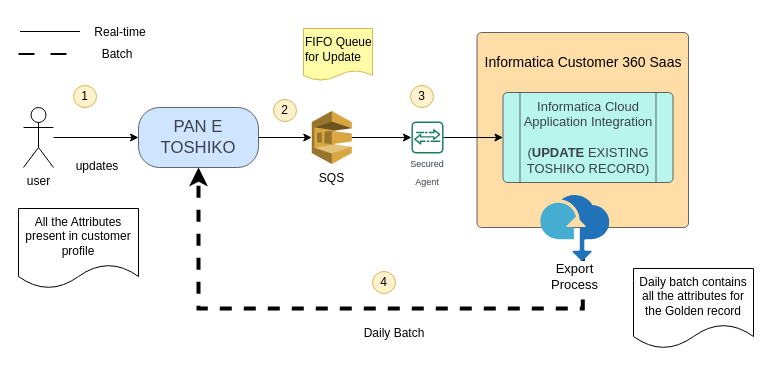
The draw.io diagram page "TOSHIKO - Update" (6 of 13) of TME-Misc_Design.drawio in biswarup81/drawings, before the edit. Source tidied: cells renumbered, new cells numbered last; positions are measured from the earlier drawing's top-left corner, leaving out a move shared by most shapes. Both pictures are drawn from the tidied source at 100%, with x=0, y=0 at pixel (18, 17).
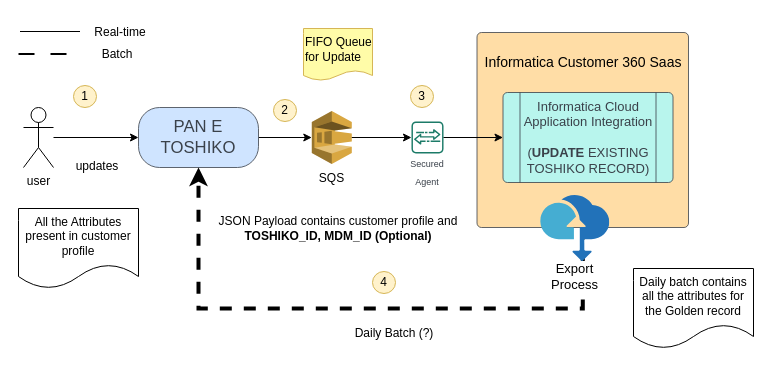
Above is the later version.

What changed in the source:
```diff
@@
-    <mxCell id="23" value="Daily Batch" style="text;html=1;strokeColor=none;fillColor=none;align=center;verticalAlign=middle;whiteSpace=wrap;rounded=0;" parent="1" vertex="1">
+    <mxCell id="23" value="Daily Batch (?)" style="text;html=1;strokeColor=none;fillColor=none;align=center;verticalAlign=middle;whiteSpace=wrap;rounded=0;" parent="1" vertex="1">
       <mxGeometry x="315" y="301" width="121.7" height="30" as="geometry" />
     </mxCell>
@@
+    <mxCell id="28" value="JSON Payload contains customer profile and &lt;b&gt;TOSHIKO_ID, MDM_ID (Optional)&lt;/b&gt;" style="text;html=1;strokeColor=none;fillColor=none;align=center;verticalAlign=middle;whiteSpace=wrap;rounded=0;" parent="1" vertex="1">
+      <mxGeometry x="196.8" y="181" width="245.5" height="60" as="geometry" />
+    </mxCell>
```
